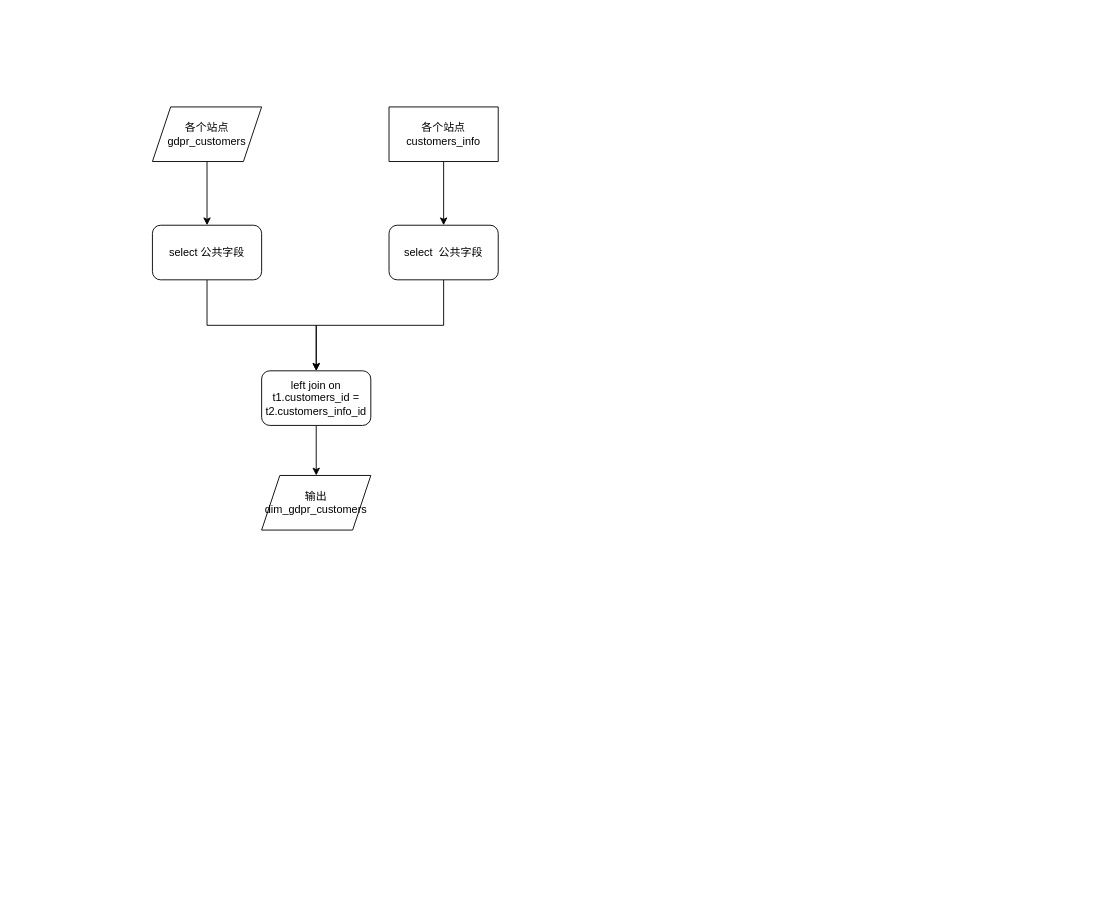
Above: plan/数仓项目注册用户信息整合表.drawio in Jacoulin/draw (draw.io), before the change. Source tidied: cells renumbered, new cells numbered last; positions are measured from the earlier drawing's top-left corner, leaving out a move shared by most shapes. Both pictures are drawn from the tidied source at 91%, with x=0, y=0 at pixel (152, 106).
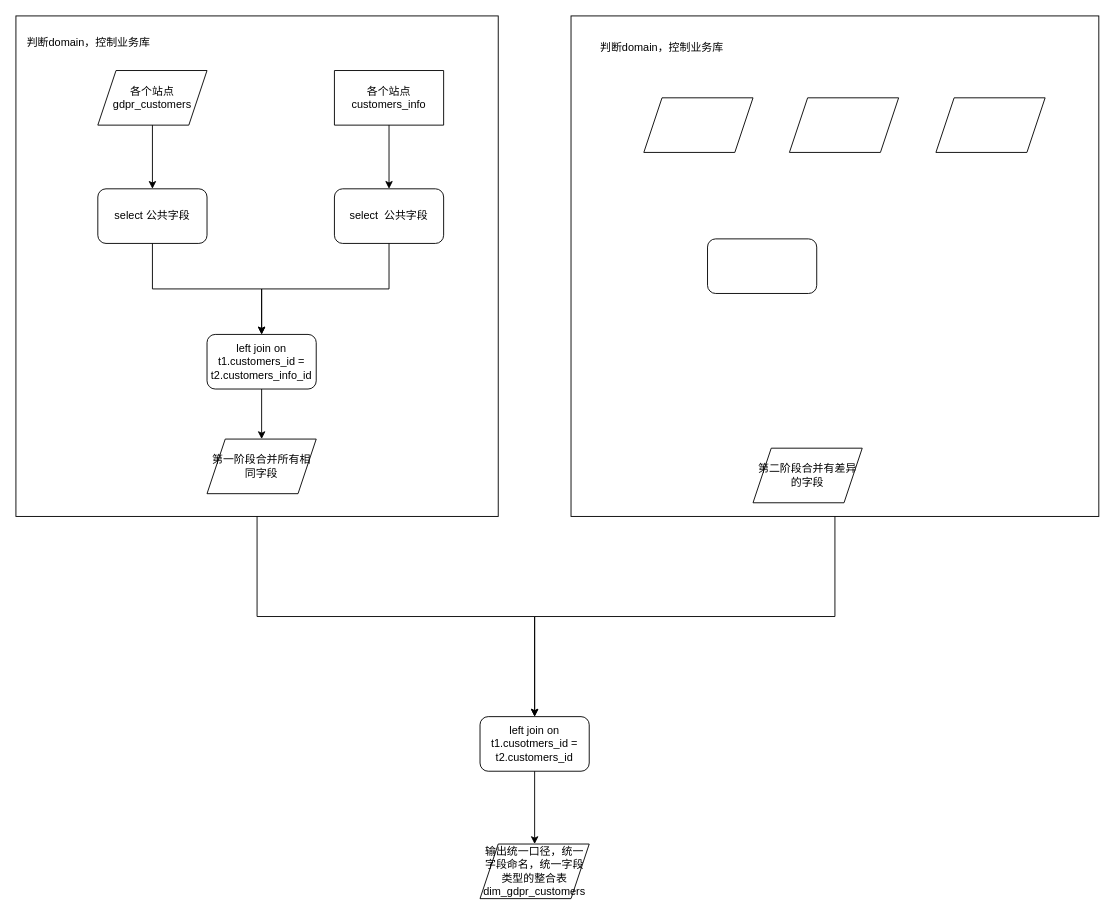
The same diagram, later.

Commit message (it also covers changes not shown here):
Update 数仓项目注册用户信息整合表.drawio

Diff of the diagram source:
```diff
@@
+    <mxCell id="13" style="group;" parent="1" vertex="1">
+      <mxGeometry x="-150" y="-100" width="530" height="550" as="geometry" />
+    </mxCell>
+    <mxCell id="3" value="各个站点gdpr_customers" style="shape=parallelogram;perimeter=parallelogramPerimeter;whiteSpace=wrap;html=1;fixedSize=1;" parent="13" vertex="1">
+      <mxGeometry x="90" y="60" width="120" height="60" as="geometry" />
+    </mxCell>
+    <mxCell id="5" value="各个站点customers_info" style="shape=parallelogram;perimeter=parallelogramPerimeter;whiteSpace=wrap;html=1;fixedSize=1;size=0;" parent="13" vertex="1">
+      <mxGeometry x="350" y="60" width="120" height="60" as="geometry" />
+    </mxCell>
+    <mxCell id="7" value="select 公共字段" style="rounded=1;whiteSpace=wrap;html=1;" parent="13" vertex="1">
+      <mxGeometry x="90" y="190" width="120" height="60" as="geometry" />
+    </mxCell>
-    <mxCell id="2" style="edgeStyle=orthogonalEdgeStyle;rounded=0;jettySize=auto;html=1;exitX=0.5;exitY=1;exitDx=0;exitDy=0;" parent="1" edge="1" source="3" target="7">
-      <mxGeometry relative="1" as="geometry" />
+    <mxCell id="2" style="edgeStyle=orthogonalEdgeStyle;rounded=0;jettySize=auto;html=1;exitX=0.5;exitY=1;exitDx=0;exitDy=0;" parent="13" edge="1" source="3" target="7">
+      <mxGeometry y="10" as="geometry" />
     </mxCell>
-    <mxCell id="3" value="各个站点gdpr_customers" style="shape=parallelogram;perimeter=parallelogramPerimeter;whiteSpace=wrap;html=1;fixedSize=1;" parent="1" vertex="1">
-      <mxGeometry width="120" height="60" as="geometry" />
-    </mxCell>
+    <mxCell id="9" value="select&amp;nbsp; 公共字段" style="rounded=1;whiteSpace=wrap;html=1;" parent="13" vertex="1">
+      <mxGeometry x="350" y="190" width="120" height="60" as="geometry" />
+    </mxCell>
-    <mxCell id="4" style="edgeStyle=orthogonalEdgeStyle;rounded=0;jettySize=auto;html=1;exitX=0.5;exitY=1;exitDx=0;exitDy=0;" parent="1" edge="1" source="5" target="9">
-      <mxGeometry relative="1" as="geometry" />
+    <mxCell id="4" style="edgeStyle=orthogonalEdgeStyle;rounded=0;jettySize=auto;html=1;exitX=0.5;exitY=1;exitDx=0;exitDy=0;" parent="13" edge="1" source="5" target="9">
+      <mxGeometry y="10" as="geometry" />
     </mxCell>
-    <mxCell id="5" value="各个站点customers_info" style="shape=parallelogram;perimeter=parallelogramPerimeter;whiteSpace=wrap;html=1;fixedSize=1;size=0;" parent="1" vertex="1">
-      <mxGeometry x="260" width="120" height="60" as="geometry" />
-    </mxCell>
+    <mxCell id="11" value="left join on t1.customers_id = t2.customers_info_id" style="rounded=1;whiteSpace=wrap;html=1;" parent="13" vertex="1">
+      <mxGeometry x="210" y="350" width="120" height="60" as="geometry" />
+    </mxCell>
-    <mxCell id="6" style="edgeStyle=orthogonalEdgeStyle;rounded=0;jettySize=auto;html=1;exitX=0.5;exitY=1;exitDx=0;exitDy=0;entryX=0.5;entryY=0;entryDx=0;entryDy=0;" parent="1" edge="1" source="7" target="11">
-      <mxGeometry relative="1" as="geometry" />
+    <mxCell id="6" style="edgeStyle=orthogonalEdgeStyle;rounded=0;jettySize=auto;html=1;exitX=0.5;exitY=1;exitDx=0;exitDy=0;entryX=0.5;entryY=0;entryDx=0;entryDy=0;" parent="13" edge="1" source="7" target="11">
+      <mxGeometry y="10" as="geometry" />
     </mxCell>
-    <mxCell id="7" value="select 公共字段" style="rounded=1;whiteSpace=wrap;html=1;" parent="1" vertex="1">
-      <mxGeometry y="130" width="120" height="60" as="geometry" />
-    </mxCell>
-    <mxCell id="8" style="edgeStyle=orthogonalEdgeStyle;rounded=0;jettySize=auto;html=1;exitX=0.5;exitY=1;exitDx=0;exitDy=0;" parent="1" edge="1" source="9" target="11">
-      <mxGeometry relative="1" as="geometry" />
+    <mxCell id="8" style="edgeStyle=orthogonalEdgeStyle;rounded=0;jettySize=auto;html=1;exitX=0.5;exitY=1;exitDx=0;exitDy=0;" parent="13" edge="1" source="9" target="11">
+      <mxGeometry y="10" as="geometry" />
     </mxCell>
-    <mxCell id="9" value="select&amp;nbsp; 公共字段" style="rounded=1;whiteSpace=wrap;html=1;" parent="1" vertex="1">
-      <mxGeometry x="260" y="130" width="120" height="60" as="geometry" />
-    </mxCell>
+    <mxCell id="12" value="第一阶段合并所有相同字段" style="shape=parallelogram;perimeter=parallelogramPerimeter;whiteSpace=wrap;html=1;fixedSize=1;" parent="13" vertex="1">
+      <mxGeometry x="210" y="465" width="120" height="60" as="geometry" />
+    </mxCell>
-    <mxCell id="10" style="edgeStyle=orthogonalEdgeStyle;rounded=0;jettySize=auto;html=1;exitX=0.5;exitY=1;exitDx=0;exitDy=0;entryX=0.5;entryY=0;entryDx=0;entryDy=0;" parent="1" edge="1" source="11" target="12">
-      <mxGeometry relative="1" as="geometry" />
+    <mxCell id="10" style="edgeStyle=orthogonalEdgeStyle;rounded=0;jettySize=auto;html=1;exitX=0.5;exitY=1;exitDx=0;exitDy=0;entryX=0.5;entryY=0;entryDx=0;entryDy=0;" parent="13" edge="1" source="11" target="12">
+      <mxGeometry y="10" as="geometry" />
     </mxCell>
-    <mxCell id="11" value="left join on t1.customers_id = t2.customers_info_id" style="rounded=1;whiteSpace=wrap;html=1;" parent="1" vertex="1">
-      <mxGeometry x="120" y="290" width="120" height="60" as="geometry" />
-    </mxCell>
-    <mxCell id="12" value="输出dim_gdpr_customers" style="shape=parallelogram;perimeter=parallelogramPerimeter;whiteSpace=wrap;html=1;fixedSize=1;" parent="1" vertex="1">
-      <mxGeometry x="120" y="405" width="120" height="60" as="geometry" />
-    </mxCell>
+    <mxCell id="14" value="判断domain，控制业务库" style="text;html=1;strokeColor=none;fillColor=none;align=center;verticalAlign=middle;whiteSpace=wrap;rounded=0;" parent="13" vertex="1">
+      <mxGeometry y="10" width="160" height="40" as="geometry" />
+    </mxCell>
+    <mxCell id="15" style="rounded=0;whiteSpace=wrap;html=1;fillColor=none;" parent="13" vertex="1">
+      <mxGeometry width="530" height="550" as="geometry" />
+    </mxCell>
+    <mxCell id="16" style="group;" parent="1" vertex="1">
+      <mxGeometry x="460" y="-100" width="580" height="550" as="geometry" />
+    </mxCell>
+    <mxCell id="17" style="rounded=0;whiteSpace=wrap;html=1;fillColor=none;" parent="16" vertex="1">
+      <mxGeometry width="580" height="550" as="geometry" />
+    </mxCell>
+    <mxCell id="18" value="判断domain，控制业务库" style="text;html=1;strokeColor=none;fillColor=none;align=center;verticalAlign=middle;whiteSpace=wrap;rounded=0;" parent="16" vertex="1">
+      <mxGeometry y="20" width="200" height="30" as="geometry" />
+    </mxCell>
+    <mxCell id="19" value="第二阶段合并有差异的字段" style="shape=parallelogram;perimeter=parallelogramPerimeter;whiteSpace=wrap;html=1;fixedSize=1;fillColor=none;" parent="16" vertex="1">
+      <mxGeometry x="200" y="475" width="120" height="60" as="geometry" />
+    </mxCell>
+    <mxCell id="20" style="shape=parallelogram;perimeter=parallelogramPerimeter;whiteSpace=wrap;html=1;fixedSize=1;fillColor=none;" parent="16" vertex="1">
+      <mxGeometry x="80" y="90" width="120" height="60" as="geometry" />
+    </mxCell>
+    <mxCell id="21" style="shape=parallelogram;perimeter=parallelogramPerimeter;whiteSpace=wrap;html=1;fixedSize=1;fillColor=none;" parent="16" vertex="1">
+      <mxGeometry x="240" y="90" width="120" height="60" as="geometry" />
+    </mxCell>
+    <mxCell id="22" style="shape=parallelogram;perimeter=parallelogramPerimeter;whiteSpace=wrap;html=1;fixedSize=1;fillColor=none;" parent="16" vertex="1">
+      <mxGeometry x="401" y="90" width="120" height="60" as="geometry" />
+    </mxCell>
+    <mxCell id="23" style="rounded=1;whiteSpace=wrap;html=1;fillColor=none;" parent="16" vertex="1">
+      <mxGeometry x="150" y="245" width="120" height="60" as="geometry" />
+    </mxCell>
+    <mxCell id="24" style="edgeStyle=orthogonalEdgeStyle;rounded=0;jettySize=auto;html=1;exitX=0.5;exitY=1;exitDx=0;exitDy=0;" parent="1" edge="1" source="25" target="28">
+      <mxGeometry relative="1" as="geometry" />
+    </mxCell>
+    <mxCell id="25" value="left join on t1.cusotmers_id = t2.customers_id" style="rounded=1;whiteSpace=wrap;html=1;fillColor=none;" parent="1" vertex="1">
+      <mxGeometry x="360" y="670" width="120" height="60" as="geometry" />
+    </mxCell>
+    <mxCell id="26" style="edgeStyle=orthogonalEdgeStyle;rounded=0;jettySize=auto;html=1;exitX=0.5;exitY=1;exitDx=0;exitDy=0;" parent="1" edge="1" source="15" target="25">
+      <mxGeometry relative="1" as="geometry" />
+    </mxCell>
+    <mxCell id="27" style="edgeStyle=orthogonalEdgeStyle;rounded=0;jettySize=auto;html=1;exitX=0.5;exitY=1;exitDx=0;exitDy=0;" parent="1" edge="1" source="17" target="25">
+      <mxGeometry relative="1" as="geometry" />
+    </mxCell>
+    <mxCell id="28" value="输出统一口径，统一字段命名，统一字段类型的整合表&lt;br&gt;dim_gdpr_customers" style="shape=parallelogram;perimeter=parallelogramPerimeter;whiteSpace=wrap;html=1;fixedSize=1;fillColor=none;" parent="1" vertex="1">
+      <mxGeometry x="360" y="810" width="120" height="60" as="geometry" />
+    </mxCell>
```
